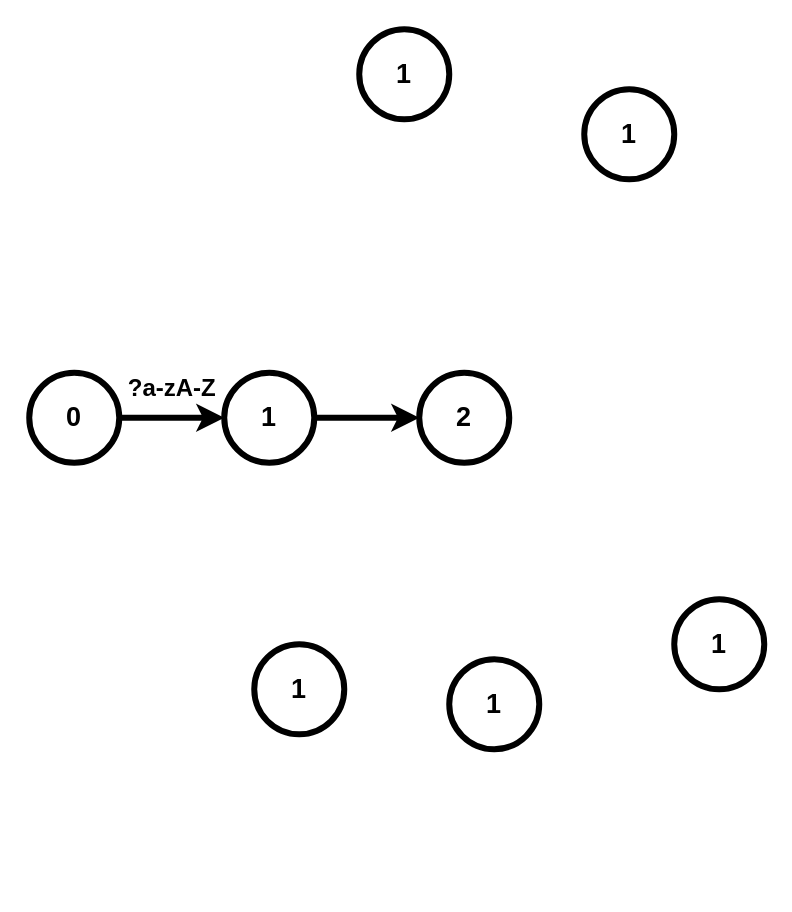
Before: Untitled Diagram.drawio in nikit34/lab_sp5, a draw.io diagram. Source tidied: cells renumbered, new cells numbered last; positions are measured from the earlier drawing's top-left corner, leaving out a move shared by most shapes. Both pictures are drawn from the tidied source at 150%, with x=0, y=0 at pixel (28, 28).
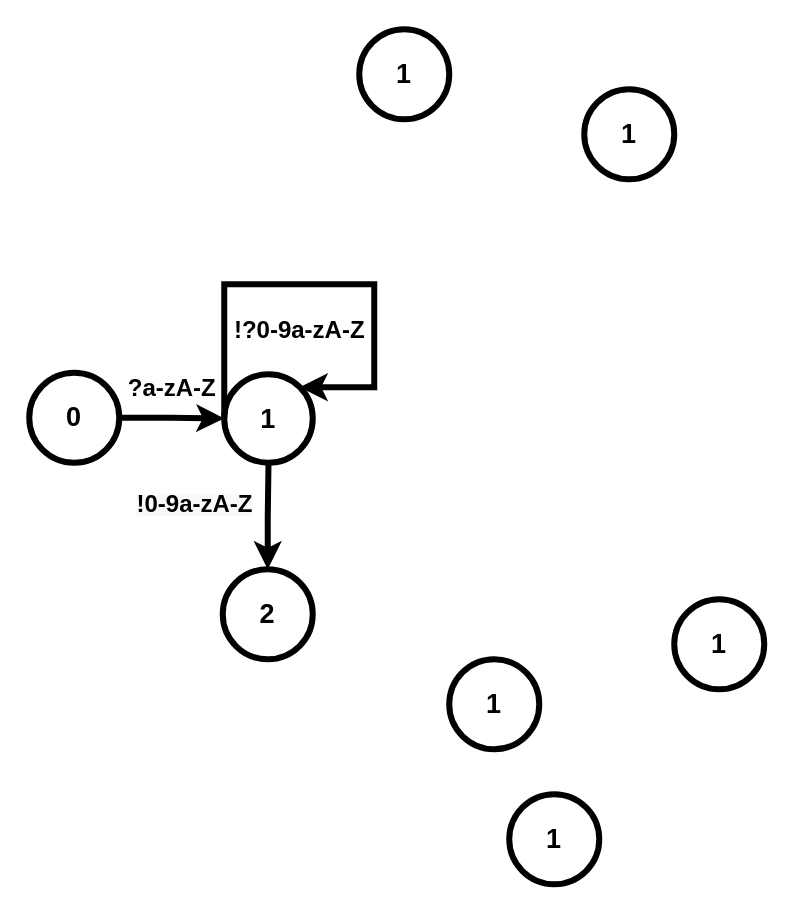
Above is the later version.

What changed in the source:
```diff
@@
 <mxGraphModel>
   <root>
     <mxCell id="0" />
     <mxCell id="1" parent="0" />
     <mxCell id="2" value="&lt;span style=&quot;font-size: 18px&quot;&gt;&lt;b&gt;2&lt;/b&gt;&lt;/span&gt;" style="ellipse;whiteSpace=wrap;html=1;strokeWidth=4;" parent="1" vertex="1">
-      <mxGeometry x="260" y="229" width="60" height="60" as="geometry" />
+      <mxGeometry x="129" y="360" width="60" height="60" as="geometry" />
     </mxCell>
-    <mxCell id="3" style="edgeStyle=orthogonalEdgeStyle;rounded=0;jettySize=auto;html=1;entryX=0;entryY=0.5;entryDx=0;entryDy=0;strokeWidth=4;" parent="1" edge="1" source="4" target="2">
-      <mxGeometry relative="1" as="geometry" />
+    <mxCell id="3" style="edgeStyle=orthogonalEdgeStyle;rounded=0;jettySize=auto;html=1;entryX=0.5;entryY=0;entryDx=0;entryDy=0;strokeWidth=4;" parent="1" edge="1" source="4" target="2">
+      <mxGeometry relative="1" as="geometry">
+        <Array as="points">
+          <mxPoint x="159" y="325" />
+        </Array>
+      </mxGeometry>
     </mxCell>
     <mxCell id="4" value="&lt;font style=&quot;font-size: 18px&quot;&gt;&lt;b&gt;1&lt;/b&gt;&lt;/font&gt;" style="ellipse;whiteSpace=wrap;html=1;strokeWidth=4;" parent="1" vertex="1">
-      <mxGeometry x="130" y="229" width="60" height="60" as="geometry" />
+      <mxGeometry x="130" y="230" width="59" height="59" as="geometry" />
     </mxCell>
     <mxCell id="5" value="&lt;font style=&quot;font-size: 18px&quot;&gt;&lt;b&gt;1&lt;/b&gt;&lt;/font&gt;" style="ellipse;whiteSpace=wrap;html=1;strokeWidth=4;" parent="1" vertex="1">
       <mxGeometry x="430" y="380" width="60" height="60" as="geometry" />
     </mxCell>
     <mxCell id="6" value="&lt;font style=&quot;font-size: 18px&quot;&gt;&lt;b&gt;1&lt;/b&gt;&lt;/font&gt;" style="ellipse;whiteSpace=wrap;html=1;strokeWidth=4;" parent="1" vertex="1">
-      <mxGeometry x="150" y="410" width="60" height="60" as="geometry" />
+      <mxGeometry x="320" y="510" width="60" height="60" as="geometry" />
     </mxCell>
     <mxCell id="7" value="&lt;font style=&quot;font-size: 18px&quot;&gt;&lt;b&gt;1&lt;/b&gt;&lt;/font&gt;" style="ellipse;whiteSpace=wrap;html=1;strokeWidth=4;" parent="1" vertex="1">
       <mxGeometry x="280" y="420" width="60" height="60" as="geometry" />
     </mxCell>
     <mxCell id="8" style="edgeStyle=orthogonalEdgeStyle;rounded=0;jettySize=auto;html=1;entryX=0;entryY=0.5;entryDx=0;entryDy=0;strokeWidth=4;" parent="1" edge="1" source="9" target="4">
       <mxGeometry relative="1" as="geometry" />
     </mxCell>
     <mxCell id="9" value="&lt;font style=&quot;font-size: 18px&quot;&gt;&lt;b&gt;0&lt;/b&gt;&lt;/font&gt;" style="ellipse;whiteSpace=wrap;html=1;strokeWidth=4;" parent="1" vertex="1">
       <mxGeometry y="229" width="60" height="60" as="geometry" />
     </mxCell>
     <mxCell id="10" value="&lt;font style=&quot;font-size: 18px&quot;&gt;&lt;b&gt;1&lt;/b&gt;&lt;/font&gt;" style="ellipse;whiteSpace=wrap;html=1;strokeWidth=4;" parent="1" vertex="1">
       <mxGeometry x="370" y="40" width="60" height="60" as="geometry" />
     </mxCell>
     <mxCell id="11" value="&lt;font style=&quot;font-size: 18px&quot;&gt;&lt;b&gt;1&lt;/b&gt;&lt;/font&gt;" style="ellipse;whiteSpace=wrap;html=1;strokeWidth=4;" parent="1" vertex="1">
       <mxGeometry x="220" width="60" height="60" as="geometry" />
     </mxCell>
     <mxCell id="12" value="&lt;b&gt;&lt;font style=&quot;font-size: 16px&quot;&gt;?a-zA-Z&lt;/font&gt;&lt;/b&gt;" style="text;html=1;align=center;verticalAlign=middle;" parent="1" vertex="1">
       <mxGeometry x="60" y="229" width="70" height="20" as="geometry" />
     </mxCell>
+    <mxCell id="13" style="edgeStyle=orthogonalEdgeStyle;rounded=0;orthogonalLoop=1;jettySize=auto;html=1;entryX=1;entryY=0;entryDx=0;entryDy=0;strokeWidth=4;" parent="1" edge="1" source="4" target="4">
+      <mxGeometry relative="1" as="geometry">
+        <Array as="points">
+          <mxPoint x="130" y="170" />
+          <mxPoint x="230" y="170" />
+          <mxPoint x="230" y="239" />
+        </Array>
+      </mxGeometry>
+    </mxCell>
+    <mxCell id="14" value="&lt;b&gt;&lt;font style=&quot;font-size: 16px&quot;&gt;!?0-9a-zA-Z&lt;/font&gt;&lt;/b&gt;" style="text;html=1;align=center;verticalAlign=middle;" parent="1" vertex="1">
+      <mxGeometry x="130" y="190" width="100" height="20" as="geometry" />
+    </mxCell>
+    <mxCell id="15" value="&lt;b style=&quot;color: rgb(0 , 0 , 0) ; font-family: &amp;#34;helvetica&amp;#34; ; font-size: 12px ; font-style: normal ; letter-spacing: normal ; text-align: center ; text-indent: 0px ; text-transform: none ; word-spacing: 0px ; background-color: rgb(248 , 249 , 250)&quot;&gt;&lt;font style=&quot;font-size: 16px&quot;&gt;!0-9a-zA-Z&lt;/font&gt;&lt;/b&gt;" style="text;whiteSpace=wrap;html=1;" parent="1" vertex="1">
+      <mxGeometry x="70" y="300" width="110" height="30" as="geometry" />
+    </mxCell>
   </root>
 </mxGraphModel>
```
